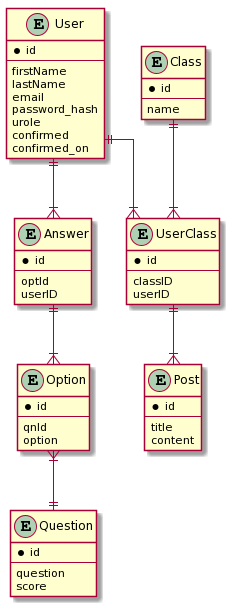
Earlier version of the PlantUML export docs/diagrams/Database.png (Orbital-Knewbie/Knewbie).
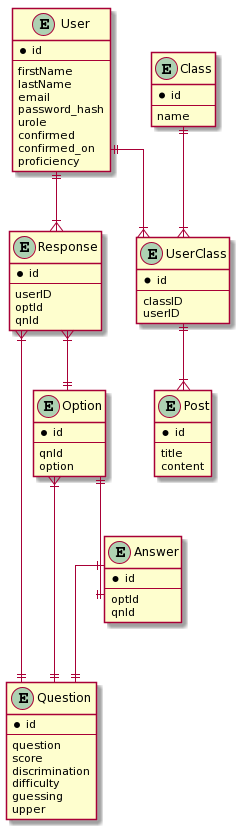
After the change.

Change to the diagram source:
```diff
@@ -11,6 +11,15 @@
 urole
 confirmed
 confirmed_on
+proficiency
+}
+
+entity Response {
+*id
+--
+userID
+optId
+qnId
 }
 
 entity Question {
@@ -18,6 +27,10 @@
 --
 question
 score
+discrimination
+difficulty
+guessing
+upper
 }
 
 entity Option {
@@ -31,7 +44,7 @@
 *id
 --
 optId
-userID
+qnId
 }
 
 entity Post {
@@ -54,10 +67,14 @@
 userID
 }
 
-User ||--|{ Answer
+User ||--|{ Response
 
-Answer ||--|{ Option
+Response }|--|| Option
+Response }|--|| Question
 Option }|--|| Question
+Answer ||--|| Question
+Option ||--|| Answer
+
 
 User ||--|{ UserClass
 Class ||--|{ UserClass
```
